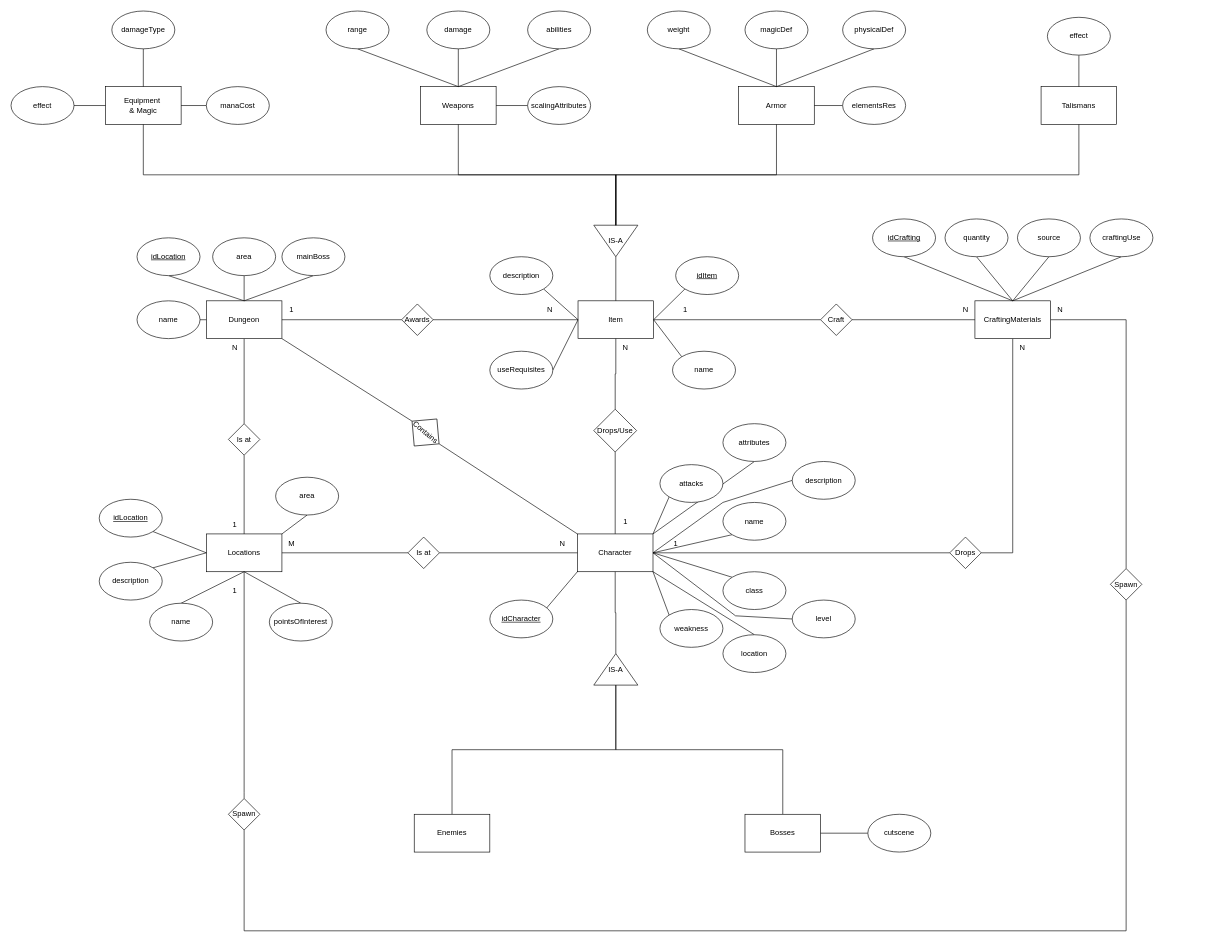
Before: BD-Project/DER_Proj.drawio in aokiLourenco/BD, a draw.io diagram. Source tidied: cells renumbered, new cells numbered last; positions are measured from the earlier drawing's top-left corner, leaving out a move shared by most shapes. Both pictures are drawn from the tidied source at 63%, with x=0, y=0 at pixel (11, 11).
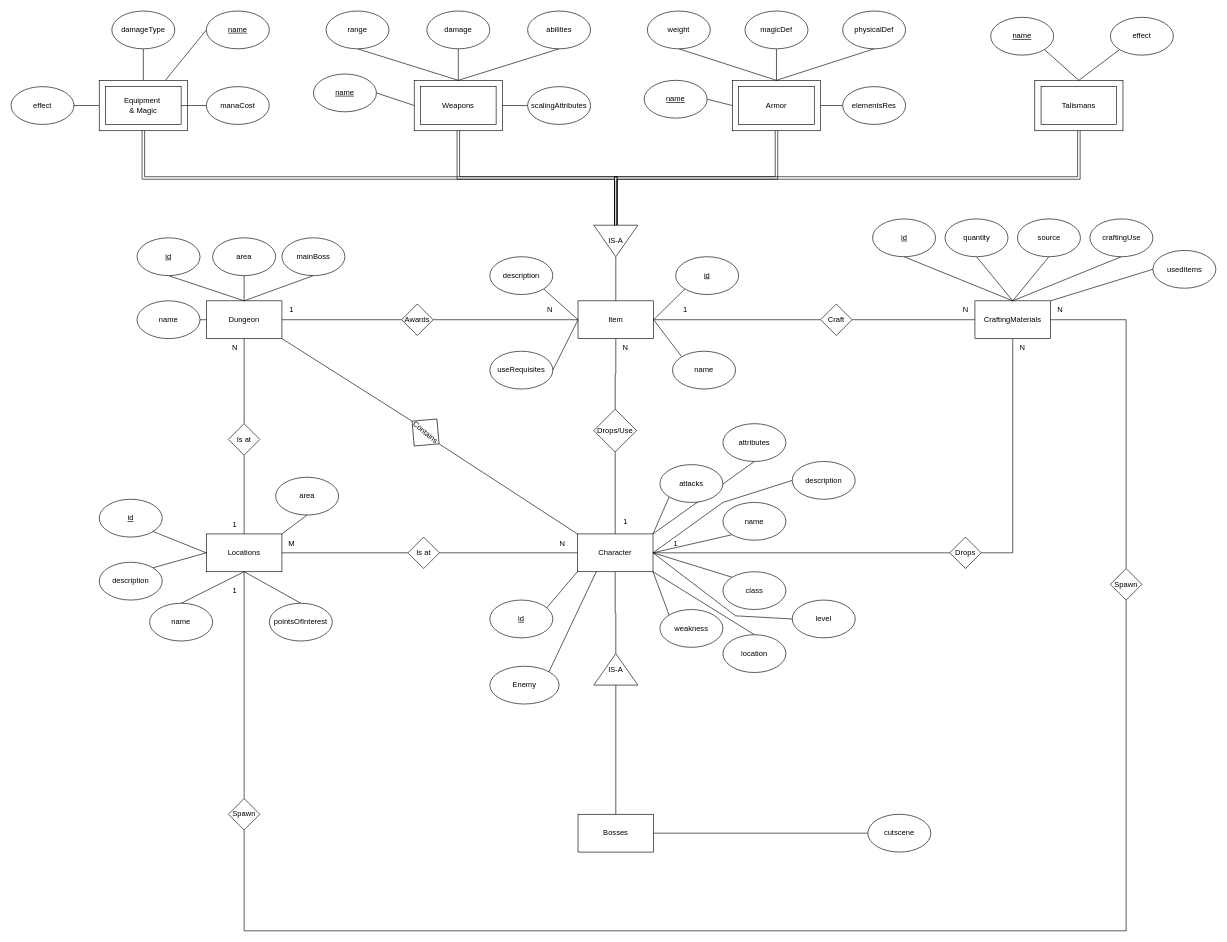
Above is the later version.

Unchanged cells that the change refers to:
```xml
<mxCell id="4" value="Character" style="rounded=0;whiteSpace=wrap;html=1;" parent="1" vertex="1">
  <mxGeometry x="899" y="830" width="120" height="60" as="geometry" />
</mxCell>
<mxCell id="7" value="Weapons" style="rounded=0;whiteSpace=wrap;html=1;" parent="1" vertex="1">
  <mxGeometry x="650" y="120" width="120" height="60" as="geometry" />
</mxCell>
<mxCell id="8" value="Armor" style="rounded=0;whiteSpace=wrap;html=1;" parent="1" vertex="1">
  <mxGeometry x="1155" y="120" width="120" height="60" as="geometry" />
</mxCell>
<mxCell id="9" value="Talismans" style="rounded=0;whiteSpace=wrap;html=1;" parent="1" vertex="1">
  <mxGeometry x="1635" y="120" width="120" height="60" as="geometry" />
</mxCell>
<mxCell id="18" value="IS-A" style="triangle;whiteSpace=wrap;html=1;rotation=0;direction=south;" parent="1" vertex="1">
  <mxGeometry x="925" y="340" width="70" height="50" as="geometry" />
</mxCell>
<mxCell id="28" value="damageType" style="ellipse;whiteSpace=wrap;html=1;" parent="1" vertex="1">
  <mxGeometry x="160" width="100" height="60" as="geometry" />
</mxCell>
<mxCell id="32" value="damage" style="ellipse;whiteSpace=wrap;html=1;" parent="1" vertex="1">
  <mxGeometry x="660" width="100" height="60" as="geometry" />
</mxCell>
<mxCell id="34" value="range" style="ellipse;whiteSpace=wrap;html=1;" parent="1" vertex="1">
  <mxGeometry x="500" width="100" height="60" as="geometry" />
</mxCell>
<mxCell id="36" value="scalingAttributes" style="ellipse;whiteSpace=wrap;html=1;" parent="1" vertex="1">
  <mxGeometry x="820" y="120" width="100" height="60" as="geometry" />
</mxCell>
<mxCell id="38" value="abilities" style="ellipse;whiteSpace=wrap;html=1;" parent="1" vertex="1">
  <mxGeometry x="820" width="100" height="60" as="geometry" />
</mxCell>
<mxCell id="40" value="physicalDef" style="ellipse;whiteSpace=wrap;html=1;" parent="1" vertex="1">
  <mxGeometry x="1320" width="100" height="60" as="geometry" />
</mxCell>
<mxCell id="42" value="magicDef" style="ellipse;whiteSpace=wrap;html=1;" parent="1" vertex="1">
  <mxGeometry x="1165" width="100" height="60" as="geometry" />
</mxCell>
<mxCell id="44" value="elementsRes" style="ellipse;whiteSpace=wrap;html=1;" parent="1" vertex="1">
  <mxGeometry x="1320" y="120" width="100" height="60" as="geometry" />
</mxCell>
<mxCell id="46" value="weight" style="ellipse;whiteSpace=wrap;html=1;" parent="1" vertex="1">
  <mxGeometry x="1010" width="100" height="60" as="geometry" />
</mxCell>
<mxCell id="58" value="effect" style="ellipse;whiteSpace=wrap;html=1;" parent="1" vertex="1">
  <mxGeometry y="120" width="100" height="60" as="geometry" />
</mxCell>
<mxCell id="82" value="IS-A" style="triangle;whiteSpace=wrap;html=1;rotation=0;direction=north;" parent="1" vertex="1">
  <mxGeometry x="925" y="1020" width="70" height="50" as="geometry" />
</mxCell>
<mxCell id="104" value="CraftingMaterials" style="rounded=0;whiteSpace=wrap;html=1;" parent="1" vertex="1">
  <mxGeometry x="1530" y="460" width="120" height="60" as="geometry" />
</mxCell>
```

Change to the diagram source:
```diff
@@
-    <mxCell id="10" value="Equipment&amp;nbsp;&lt;br&gt;&amp;amp; Magic" style="rounded=0;whiteSpace=wrap;html=1;" parent="1" vertex="1">
+    <mxCell id="10" value="Equipment&amp;nbsp;&lt;br&gt;&amp;amp; Magic" style="rounded=0;whiteSpace=wrap;html=1;strokeColor=default;perimeterSpacing=0;glass=0;shadow=0;gradientColor=none;fillColor=default;" parent="1" vertex="1">
       <mxGeometry x="150" y="120" width="120" height="60" as="geometry" />
     </mxCell>
@@
-    <mxCell id="14" style="edgeStyle=orthogonalEdgeStyle;rounded=0;jettySize=auto;html=1;exitX=0.5;exitY=0;exitDx=0;exitDy=0;entryX=0;entryY=0.5;entryDx=0;entryDy=0;endArrow=none;endFill=0;" parent="1" edge="1" source="15" target="82">
+    <mxCell id="14" style="rounded=0;jettySize=auto;html=1;exitX=1;exitY=0;exitDx=0;exitDy=0;entryX=0.25;entryY=1;entryDx=0;entryDy=0;endArrow=none;endFill=0;" parent="1" edge="1" source="141" target="4">
       <mxGeometry relative="1" as="geometry" />
     </mxCell>
-    <mxCell id="15" value="Enemies" style="rounded=0;whiteSpace=wrap;html=1;" parent="1" vertex="1">
-      <mxGeometry x="640" y="1275" width="120" height="60" as="geometry" />
-    </mxCell>
@@
     <mxCell id="17" value="Bosses" style="rounded=0;whiteSpace=wrap;html=1;" parent="1" vertex="1">
-      <mxGeometry x="1165" y="1275" width="120" height="60" as="geometry" />
+      <mxGeometry x="900" y="1275" width="120" height="60" as="geometry" />
     </mxCell>
@@
-    <mxCell id="20" style="endArrow=none;html=1;rounded=0;entryX=0.5;entryY=1;entryDx=0;entryDy=0;exitX=0;exitY=0.5;exitDx=0;exitDy=0;edgeStyle=orthogonalEdgeStyle;" parent="1" edge="1" source="18" target="10">
+    <mxCell id="20" style="endArrow=none;html=1;rounded=0;entryX=0.5;entryY=1;entryDx=0;entryDy=0;exitX=0;exitY=0.5;exitDx=0;exitDy=0;edgeStyle=orthogonalEdgeStyle;shape=link;" parent="1" edge="1" source="18" target="152">
       <mxGeometry relative="1" as="geometry" />
     </mxCell>
-    <mxCell id="21" style="endArrow=none;html=1;rounded=0;entryX=0.5;entryY=1;entryDx=0;entryDy=0;exitX=0;exitY=0.5;exitDx=0;exitDy=0;edgeStyle=orthogonalEdgeStyle;" parent="1" edge="1" source="18" target="7">
+    <mxCell id="21" style="endArrow=none;html=1;rounded=0;entryX=0.5;entryY=1;entryDx=0;entryDy=0;exitX=0;exitY=0.5;exitDx=0;exitDy=0;edgeStyle=orthogonalEdgeStyle;shape=link;" parent="1" edge="1" source="18" target="153">
       <mxGeometry relative="1" as="geometry" />
     </mxCell>
-    <mxCell id="22" style="endArrow=none;html=1;rounded=0;entryX=0.5;entryY=1;entryDx=0;entryDy=0;exitX=0;exitY=0.5;exitDx=0;exitDy=0;edgeStyle=orthogonalEdgeStyle;" parent="1" edge="1" source="18" target="8">
+    <mxCell id="22" style="endArrow=none;html=1;rounded=0;entryX=0.5;entryY=1;entryDx=0;entryDy=0;exitX=0;exitY=0.5;exitDx=0;exitDy=0;edgeStyle=orthogonalEdgeStyle;shape=link;" parent="1" edge="1" source="18" target="154">
       <mxGeometry relative="1" as="geometry" />
     </mxCell>
-    <mxCell id="23" style="endArrow=none;html=1;rounded=0;entryX=0.5;entryY=1;entryDx=0;entryDy=0;exitX=0;exitY=0.5;exitDx=0;exitDy=0;edgeStyle=orthogonalEdgeStyle;" parent="1" edge="1" source="18" target="9">
+    <mxCell id="23" style="endArrow=none;html=1;rounded=0;entryX=0.5;entryY=1;entryDx=0;entryDy=0;exitX=0;exitY=0.5;exitDx=0;exitDy=0;edgeStyle=orthogonalEdgeStyle;shape=link;" parent="1" edge="1" source="18" target="155">
       <mxGeometry relative="1" as="geometry" />
     </mxCell>
@@
-    <mxCell id="27" style="rounded=0;jettySize=auto;html=1;exitX=0.5;exitY=1;exitDx=0;exitDy=0;entryX=0.5;entryY=0;entryDx=0;entryDy=0;endArrow=none;endFill=0;" parent="1" edge="1" source="28" target="10">
+    <mxCell id="27" style="rounded=0;jettySize=auto;html=1;exitX=0.5;exitY=1;exitDx=0;exitDy=0;entryX=0.5;entryY=0;entryDx=0;entryDy=0;endArrow=none;endFill=0;" parent="1" edge="1" source="28" target="152">
       <mxGeometry relative="1" as="geometry" />
     </mxCell>
@@
-    <mxCell id="31" style="rounded=0;jettySize=auto;html=1;exitX=0.5;exitY=1;exitDx=0;exitDy=0;endArrow=none;endFill=0;" parent="1" edge="1" source="32">
-      <mxGeometry relative="1" as="geometry">
-        <mxPoint x="710" y="120" as="targetPoint" />
-      </mxGeometry>
+    <mxCell id="31" style="rounded=0;jettySize=auto;html=1;exitX=0.5;exitY=1;exitDx=0;exitDy=0;endArrow=none;endFill=0;entryX=0.5;entryY=0;entryDx=0;entryDy=0;" parent="1" edge="1" source="32" target="153">
+      <mxGeometry relative="1" as="geometry" />
     </mxCell>
@@
-    <mxCell id="33" style="rounded=0;jettySize=auto;html=1;exitX=0.5;exitY=1;exitDx=0;exitDy=0;endArrow=none;endFill=0;entryX=0.5;entryY=0;entryDx=0;entryDy=0;" parent="1" edge="1" source="34" target="7">
+    <mxCell id="33" style="rounded=0;jettySize=auto;html=1;exitX=0.5;exitY=1;exitDx=0;exitDy=0;endArrow=none;endFill=0;entryX=0.5;entryY=0;entryDx=0;entryDy=0;" parent="1" edge="1" source="34" target="153">
       <mxGeometry relative="1" as="geometry" />
     </mxCell>
@@
-    <mxCell id="35" style="rounded=0;jettySize=auto;html=1;exitX=0;exitY=0.5;exitDx=0;exitDy=0;entryX=1;entryY=0.5;entryDx=0;entryDy=0;endArrow=none;endFill=0;" parent="1" edge="1" source="36" target="7">
+    <mxCell id="35" style="rounded=0;jettySize=auto;html=1;exitX=0;exitY=0.5;exitDx=0;exitDy=0;entryX=1;entryY=0.5;entryDx=0;entryDy=0;endArrow=none;endFill=0;" parent="1" edge="1" source="36" target="153">
       <mxGeometry relative="1" as="geometry" />
     </mxCell>
@@
-    <mxCell id="37" style="rounded=0;jettySize=auto;html=1;exitX=0.5;exitY=1;exitDx=0;exitDy=0;endArrow=none;endFill=0;" parent="1" edge="1" source="38">
-      <mxGeometry relative="1" as="geometry">
-        <mxPoint x="710" y="120" as="targetPoint" />
-      </mxGeometry>
+    <mxCell id="37" style="rounded=0;jettySize=auto;html=1;exitX=0.5;exitY=1;exitDx=0;exitDy=0;endArrow=none;endFill=0;entryX=0.5;entryY=0;entryDx=0;entryDy=0;" parent="1" edge="1" source="38" target="153">
+      <mxGeometry relative="1" as="geometry" />
     </mxCell>
@@
-    <mxCell id="39" style="rounded=0;jettySize=auto;html=1;exitX=0.5;exitY=1;exitDx=0;exitDy=0;entryX=0.5;entryY=0;entryDx=0;entryDy=0;endArrow=none;endFill=0;" parent="1" edge="1" source="40" target="8">
+    <mxCell id="39" style="rounded=0;jettySize=auto;html=1;exitX=0.5;exitY=1;exitDx=0;exitDy=0;entryX=0.5;entryY=0;entryDx=0;entryDy=0;endArrow=none;endFill=0;" parent="1" edge="1" source="40" target="154">
       <mxGeometry relative="1" as="geometry" />
     </mxCell>
@@
-    <mxCell id="41" style="rounded=0;jettySize=auto;html=1;exitX=0.5;exitY=1;exitDx=0;exitDy=0;entryX=0.5;entryY=0;entryDx=0;entryDy=0;endArrow=none;endFill=0;" parent="1" edge="1" source="42" target="8">
+    <mxCell id="41" style="rounded=0;jettySize=auto;html=1;exitX=0.5;exitY=1;exitDx=0;exitDy=0;entryX=0.5;entryY=0;entryDx=0;entryDy=0;endArrow=none;endFill=0;" parent="1" edge="1" source="42" target="154">
       <mxGeometry relative="1" as="geometry" />
     </mxCell>
@@
-    <mxCell id="43" style="rounded=0;jettySize=auto;html=1;exitX=0;exitY=0.5;exitDx=0;exitDy=0;entryX=1;entryY=0.5;entryDx=0;entryDy=0;endArrow=none;endFill=0;" parent="1" edge="1" source="44" target="8">
+    <mxCell id="43" style="rounded=0;jettySize=auto;html=1;exitX=0;exitY=0.5;exitDx=0;exitDy=0;entryX=1;entryY=0.5;entryDx=0;entryDy=0;endArrow=none;endFill=0;" parent="1" edge="1" source="44" target="154">
       <mxGeometry relative="1" as="geometry" />
     </mxCell>
@@
-    <mxCell id="45" style="rounded=0;jettySize=auto;html=1;exitX=0.5;exitY=1;exitDx=0;exitDy=0;entryX=0.5;entryY=0;entryDx=0;entryDy=0;endArrow=none;endFill=0;" parent="1" edge="1" source="46" target="8">
+    <mxCell id="45" style="rounded=0;jettySize=auto;html=1;exitX=0.5;exitY=1;exitDx=0;exitDy=0;entryX=0.5;entryY=0;entryDx=0;entryDy=0;endArrow=none;endFill=0;" parent="1" edge="1" source="46" target="154">
       <mxGeometry relative="1" as="geometry" />
     </mxCell>
@@
-    <mxCell id="47" style="rounded=0;jettySize=auto;html=1;exitX=0.5;exitY=1;exitDx=0;exitDy=0;entryX=0.5;entryY=0;entryDx=0;entryDy=0;endArrow=none;endFill=0;" parent="1" edge="1" source="48" target="9">
+    <mxCell id="47" style="rounded=0;jettySize=auto;html=1;exitX=0;exitY=1;exitDx=0;exitDy=0;entryX=0.5;entryY=0;entryDx=0;entryDy=0;endArrow=none;endFill=0;" parent="1" edge="1" source="48" target="155">
       <mxGeometry relative="1" as="geometry" />
     </mxCell>
     <mxCell id="48" value="effect" style="ellipse;whiteSpace=wrap;html=1;" parent="1" vertex="1">
-      <mxGeometry x="1645" y="10" width="100" height="60" as="geometry" />
+      <mxGeometry x="1745" y="10" width="100" height="60" as="geometry" />
     </mxCell>
@@
-    <mxCell id="50" value="&lt;u&gt;idItem&lt;/u&gt;" style="ellipse;whiteSpace=wrap;html=1;" parent="1" vertex="1">
+    <mxCell id="50" value="&lt;u&gt;id&lt;/u&gt;" style="ellipse;whiteSpace=wrap;html=1;" parent="1" vertex="1">
       <mxGeometry x="1055" y="390" width="100" height="60" as="geometry" />
     </mxCell>
@@
-    <mxCell id="57" style="rounded=0;jettySize=auto;html=1;exitX=1;exitY=0.5;exitDx=0;exitDy=0;entryX=0;entryY=0.5;entryDx=0;entryDy=0;endArrow=none;endFill=0;" parent="1" edge="1" source="58" target="10">
+    <mxCell id="57" style="rounded=0;jettySize=auto;html=1;exitX=1;exitY=0.5;exitDx=0;exitDy=0;entryX=0;entryY=0.5;entryDx=0;entryDy=0;endArrow=none;endFill=0;" parent="1" edge="1" source="58" target="152">
       <mxGeometry relative="1" as="geometry" />
     </mxCell>
@@
-    <mxCell id="60" value="&lt;u&gt;idCharacter&lt;/u&gt;" style="ellipse;whiteSpace=wrap;html=1;" parent="1" vertex="1">
+    <mxCell id="60" value="&lt;u&gt;id&lt;/u&gt;" style="ellipse;whiteSpace=wrap;html=1;" parent="1" vertex="1">
       <mxGeometry x="760" y="935" width="100" height="60" as="geometry" />
     </mxCell>
@@
-    <mxCell id="70" value="&lt;u&gt;idLocation&lt;/u&gt;" style="ellipse;whiteSpace=wrap;html=1;" parent="1" vertex="1">
+    <mxCell id="70" value="&lt;u&gt;id&lt;/u&gt;" style="ellipse;whiteSpace=wrap;html=1;" parent="1" vertex="1">
       <mxGeometry x="140" y="775" width="100" height="60" as="geometry" />
     </mxCell>
@@
-    <mxCell id="123" value="&lt;u&gt;idLocation&lt;/u&gt;" style="ellipse;whiteSpace=wrap;html=1;" parent="1" vertex="1">
+    <mxCell id="123" value="&lt;u&gt;id&lt;/u&gt;" style="ellipse;whiteSpace=wrap;html=1;" parent="1" vertex="1">
       <mxGeometry x="200" y="360" width="100" height="60" as="geometry" />
     </mxCell>
@@
-    <mxCell id="131" value="&lt;u&gt;idCrafting&lt;/u&gt;" style="ellipse;whiteSpace=wrap;html=1;" parent="1" vertex="1">
+    <mxCell id="131" value="&lt;u&gt;id&lt;/u&gt;" style="ellipse;whiteSpace=wrap;html=1;" parent="1" vertex="1">
       <mxGeometry x="1367.5" y="330" width="100" height="60" as="geometry" />
     </mxCell>
@@
+    <mxCell id="141" value="Enemy" style="ellipse;whiteSpace=wrap;html=1;" parent="1" vertex="1">
+      <mxGeometry x="760" y="1040" width="110" height="60" as="geometry" />
+    </mxCell>
+    <mxCell id="142" value="usedItems" style="ellipse;whiteSpace=wrap;html=1;" parent="1" vertex="1">
+      <mxGeometry x="1812.5" y="380" width="100" height="60" as="geometry" />
+    </mxCell>
+    <mxCell id="143" style="rounded=0;jettySize=auto;html=1;exitX=0;exitY=0.5;exitDx=0;exitDy=0;entryX=1;entryY=0;entryDx=0;entryDy=0;endArrow=none;endFill=0;" parent="1" edge="1" source="142" target="104">
+      <mxGeometry relative="1" as="geometry" />
+    </mxCell>
+    <mxCell id="144" style="rounded=0;jettySize=auto;html=1;exitX=0;exitY=0.5;exitDx=0;exitDy=0;entryX=0.75;entryY=0;entryDx=0;entryDy=0;endArrow=none;endFill=0;" parent="1" edge="1" source="145" target="152">
+      <mxGeometry relative="1" as="geometry" />
+    </mxCell>
+    <mxCell id="145" value="name" style="ellipse;whiteSpace=wrap;html=1;fontStyle=4;" parent="1" vertex="1">
+      <mxGeometry x="310" width="100" height="60" as="geometry" />
+    </mxCell>
+    <mxCell id="146" style="rounded=0;jettySize=auto;html=1;exitX=1;exitY=0.5;exitDx=0;exitDy=0;entryX=0;entryY=0.5;entryDx=0;entryDy=0;endArrow=none;endFill=0;" parent="1" edge="1" source="147" target="153">
+      <mxGeometry relative="1" as="geometry" />
+    </mxCell>
+    <mxCell id="147" value="&lt;u&gt;name&lt;/u&gt;" style="ellipse;whiteSpace=wrap;html=1;" parent="1" vertex="1">
+      <mxGeometry x="480" y="100" width="100" height="60" as="geometry" />
+    </mxCell>
+    <mxCell id="148" style="rounded=0;jettySize=auto;html=1;exitX=1;exitY=0.5;exitDx=0;exitDy=0;entryX=0;entryY=0.5;entryDx=0;entryDy=0;endArrow=none;endFill=0;" parent="1" edge="1" source="149" target="154">
+      <mxGeometry relative="1" as="geometry" />
+    </mxCell>
+    <mxCell id="149" value="name" style="ellipse;whiteSpace=wrap;html=1;fontStyle=4;" parent="1" vertex="1">
+      <mxGeometry x="1005" y="110" width="100" height="60" as="geometry" />
+    </mxCell>
+    <mxCell id="150" style="rounded=0;jettySize=auto;html=1;exitX=1;exitY=1;exitDx=0;exitDy=0;entryX=0.5;entryY=0;entryDx=0;entryDy=0;endArrow=none;endFill=0;" parent="1" edge="1" source="151" target="155">
+      <mxGeometry relative="1" as="geometry" />
+    </mxCell>
+    <mxCell id="151" value="name" style="ellipse;whiteSpace=wrap;html=1;fontStyle=4;" parent="1" vertex="1">
+      <mxGeometry x="1555" y="10" width="100" height="60" as="geometry" />
+    </mxCell>
+    <mxCell id="152" style="rounded=0;whiteSpace=wrap;html=1;strokeColor=default;perimeterSpacing=0;glass=0;shadow=0;gradientColor=none;fillColor=none;" parent="1" vertex="1">
+      <mxGeometry x="140" y="110" width="140" height="80" as="geometry" />
+    </mxCell>
+    <mxCell id="153" style="rounded=0;whiteSpace=wrap;html=1;strokeColor=default;perimeterSpacing=0;glass=0;shadow=0;gradientColor=none;fillColor=none;" parent="1" vertex="1">
+      <mxGeometry x="640" y="110" width="140" height="80" as="geometry" />
+    </mxCell>
+    <mxCell id="154" style="rounded=0;whiteSpace=wrap;html=1;strokeColor=default;perimeterSpacing=0;glass=0;shadow=0;gradientColor=none;fillColor=none;" parent="1" vertex="1">
+      <mxGeometry x="1145" y="110" width="140" height="80" as="geometry" />
+    </mxCell>
+    <mxCell id="155" style="rounded=0;whiteSpace=wrap;html=1;strokeColor=default;perimeterSpacing=0;glass=0;shadow=0;gradientColor=none;fillColor=none;" parent="1" vertex="1">
+      <mxGeometry x="1625" y="110" width="140" height="80" as="geometry" />
+    </mxCell>
```
